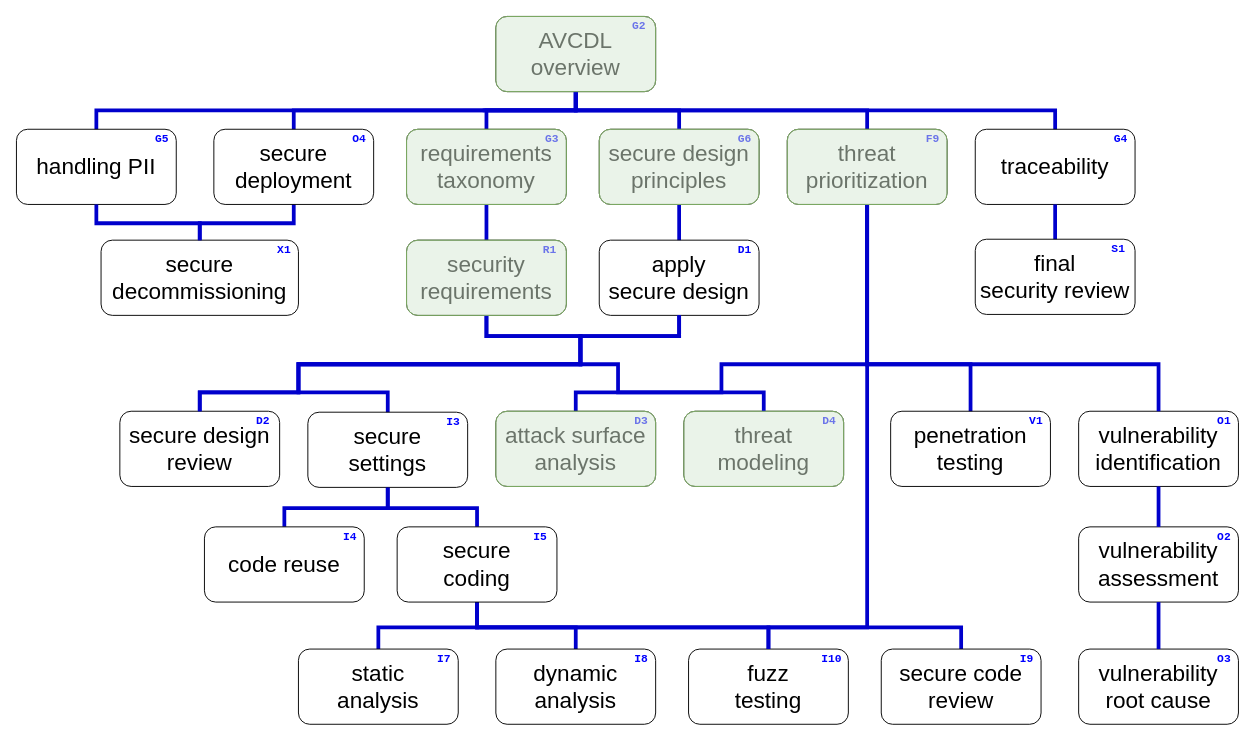
AVCDL/AVCDL keeps this draw.io diagram as page "AVCDL - wide" (2 of 3) of training/images/AVCDL training path/source/AVCDL training path.drawio. Above is the earlier version. Source tidied: cells renumbered, new cells numbered last; positions are measured from the earlier drawing's top-left corner, leaving out a move shared by most shapes. Both pictures are drawn from the tidied source at 94%, with x=0, y=0 at pixel (16, 16).
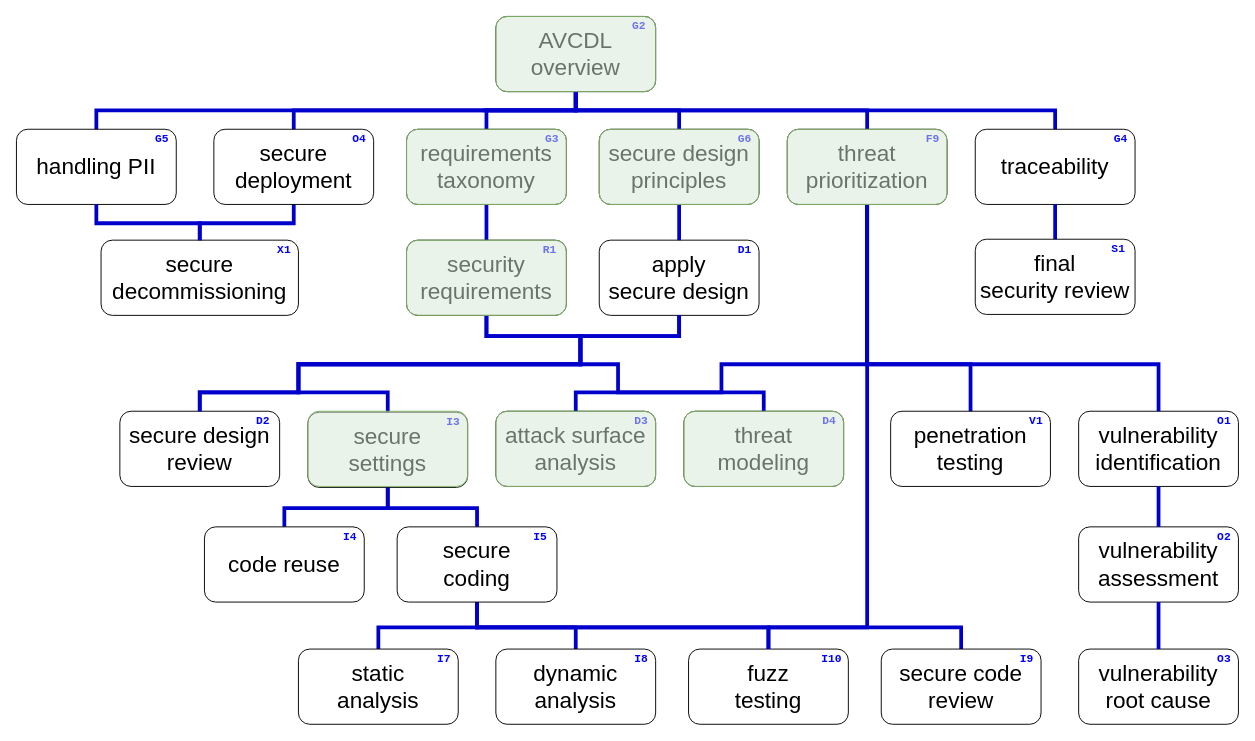
After the change.

Commit message (it also covers changes not shown here):
added Secure Settings - Overview training material

The edit, as a diff of the source:
```diff
@@
+    <mxCell id="87" style="rounded=1;whiteSpace=wrap;html=1;fillColor=#d5e8d4;strokeColor=#82b366;strokeOpacity=100;fillOpacity=50;" parent="79" vertex="1">
+      <mxGeometry x="310" y="420" width="170" height="80" as="geometry" />
+    </mxCell>
```
